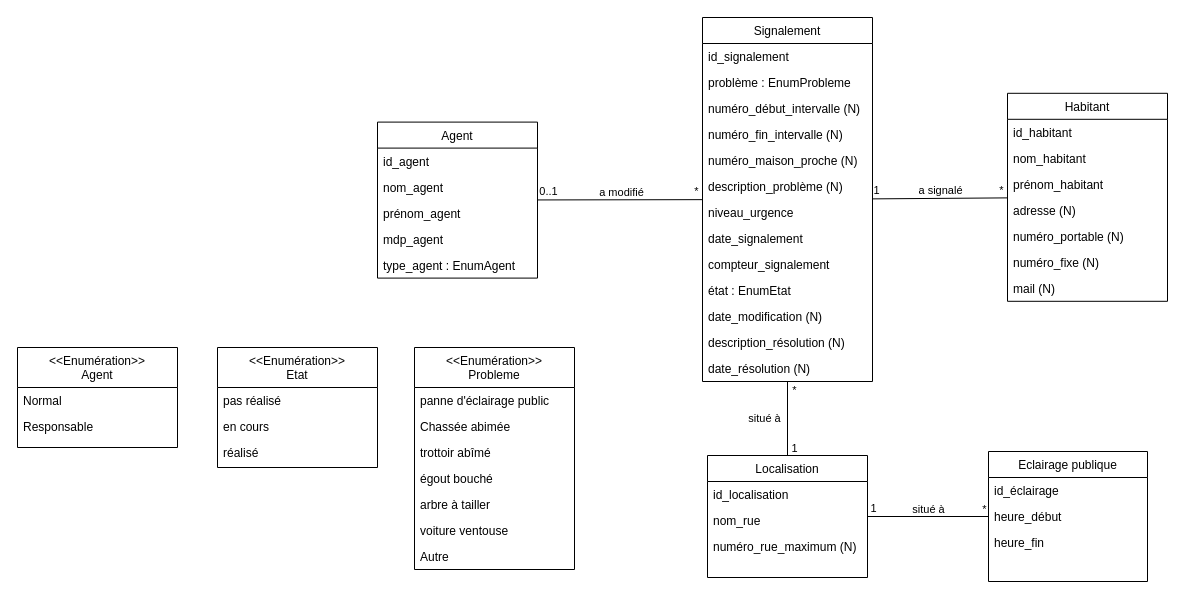
Earlier version of the draw.io diagram projet_v5.drawio (Igniiis/CSI_Projet). Source tidied: cells renumbered, new cells numbered last; positions are measured from the earlier drawing's top-left corner, leaving out a move shared by most shapes. Both pictures are drawn from the tidied source at 100%, with x=0, y=0 at pixel (17, 17).
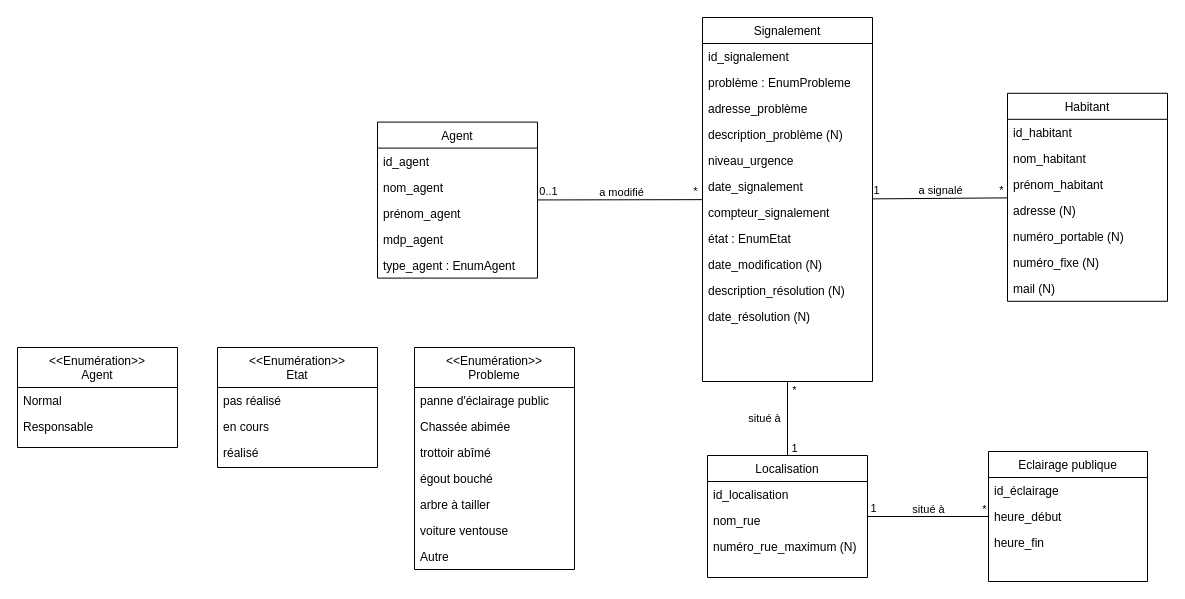
The same page after the edit.

Commit message:
Mettre à jour projet_v5.drawio

The change refers to these unchanged cells:
```xml
<mxCell id="2" value="Signalement" style="swimlane;fontStyle=0;align=center;verticalAlign=top;horizontal=1;startSize=26;rounded=0;shadow=0;strokeWidth=1;" parent="1" vertex="1">
  <mxGeometry x="685" width="170" height="364" as="geometry" />
</mxCell>
<mxCell id="32" style="endArrow=none;html=1;rounded=0;" parent="1" edge="1" source="36" target="2">
  <mxGeometry relative="1" as="geometry" />
</mxCell>
```

The edit, as a diff of the source:
```diff
@@
-    <mxCell id="5" value="numéro_début_intervalle (N)" style="text;align=left;verticalAlign=top;spacingLeft=4;spacingRight=4;overflow=hidden;" parent="2" vertex="1">
-      <mxGeometry y="78" width="170" height="26" as="geometry" />
-    </mxCell>
-    <mxCell id="6" value="numéro_fin_intervalle (N)" style="text;align=left;verticalAlign=top;spacingLeft=4;spacingRight=4;overflow=hidden;" parent="2" vertex="1">
-      <mxGeometry y="104" width="170" height="26" as="geometry" />
-    </mxCell>
-    <mxCell id="7" value="numéro_maison_proche (N)" style="text;align=left;verticalAlign=top;spacingLeft=4;spacingRight=4;overflow=hidden;rounded=0;shadow=0;html=0;" parent="2" vertex="1">
-      <mxGeometry y="130" width="170" height="26" as="geometry" />
+    <mxCell id="7" value="adresse_problème" style="text;align=left;verticalAlign=top;spacingLeft=4;spacingRight=4;overflow=hidden;rounded=0;shadow=0;html=0;" parent="2" vertex="1">
+      <mxGeometry y="78" width="170" height="26" as="geometry" />
     </mxCell>
     <mxCell id="8" value="description_problème (N)" style="text;align=left;verticalAlign=top;spacingLeft=4;spacingRight=4;overflow=hidden;rounded=0;shadow=0;html=0;" parent="2" vertex="1">
-      <mxGeometry y="156" width="170" height="26" as="geometry" />
+      <mxGeometry y="104" width="170" height="26" as="geometry" />
     </mxCell>
     <mxCell id="9" value="niveau_urgence" style="text;align=left;verticalAlign=top;spacingLeft=4;spacingRight=4;overflow=hidden;" parent="2" vertex="1">
-      <mxGeometry y="182" width="170" height="26" as="geometry" />
+      <mxGeometry y="130" width="170" height="26" as="geometry" />
     </mxCell>
     <mxCell id="10" value="date_signalement" style="text;align=left;verticalAlign=top;spacingLeft=4;spacingRight=4;overflow=hidden;" parent="2" vertex="1">
-      <mxGeometry y="208" width="170" height="26" as="geometry" />
+      <mxGeometry y="156" width="170" height="26" as="geometry" />
     </mxCell>
     <mxCell id="11" value="compteur_signalement" style="text;align=left;verticalAlign=top;spacingLeft=4;spacingRight=4;overflow=hidden;" parent="2" vertex="1">
-      <mxGeometry y="234" width="170" height="26" as="geometry" />
+      <mxGeometry y="182" width="170" height="26" as="geometry" />
     </mxCell>
     <mxCell id="12" value="état : EnumEtat" style="text;align=left;verticalAlign=top;spacingLeft=4;spacingRight=4;overflow=hidden;" parent="2" vertex="1">
-      <mxGeometry y="260" width="170" height="26" as="geometry" />
+      <mxGeometry y="208" width="170" height="26" as="geometry" />
     </mxCell>
     <mxCell id="13" value="date_modification (N)" style="text;align=left;verticalAlign=top;spacingLeft=4;spacingRight=4;overflow=hidden;" parent="2" vertex="1">
-      <mxGeometry y="286" width="170" height="26" as="geometry" />
+      <mxGeometry y="234" width="170" height="26" as="geometry" />
     </mxCell>
     <mxCell id="14" value="description_résolution (N)" style="text;align=left;verticalAlign=top;spacingLeft=4;spacingRight=4;overflow=hidden;" parent="2" vertex="1">
-      <mxGeometry y="312" width="170" height="26" as="geometry" />
+      <mxGeometry y="260" width="170" height="26" as="geometry" />
     </mxCell>
     <mxCell id="15" value="date_résolution (N)" style="text;align=left;verticalAlign=top;spacingLeft=4;spacingRight=4;overflow=hidden;" parent="2" vertex="1">
-      <mxGeometry y="338" width="170" height="26" as="geometry" />
+      <mxGeometry y="286" width="170" height="26" as="geometry" />
     </mxCell>
@@
     <mxCell id="34" value="*" style="edgeLabel;html=1;align=center;verticalAlign=middle;" parent="32" vertex="1">
       <mxGeometry x="0.86" relative="1" as="geometry">
-        <mxPoint x="6" y="-9" as="offset" />
+        <mxPoint x="5" y="-9" as="offset" />
       </mxGeometry>
     </mxCell>
```
